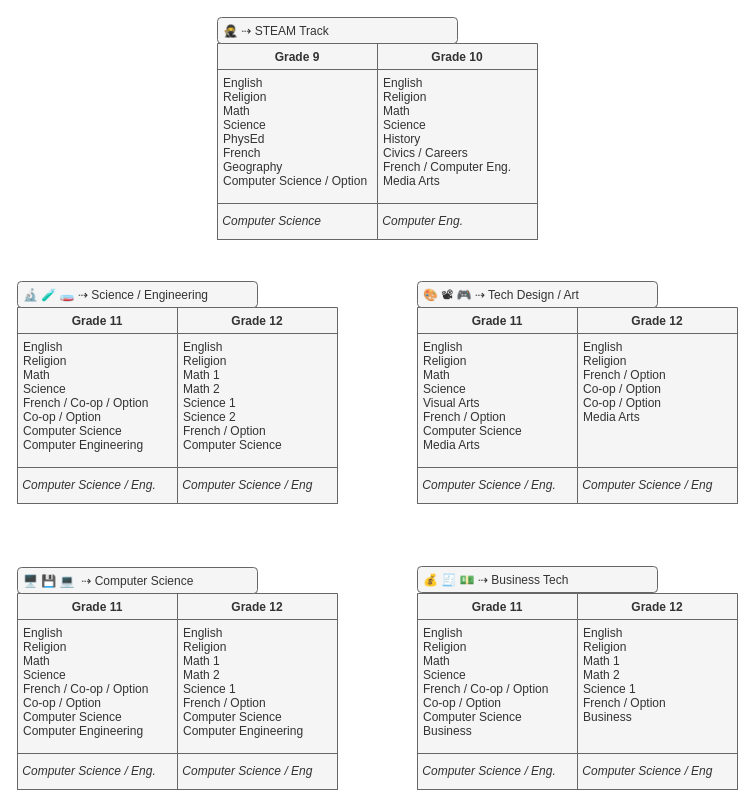
Earlier version of the draw.io diagram STEAM.drawio (Mr-Coxall/STEAM). Source tidied: cells renumbered, new cells numbered last; positions are measured from the earlier drawing's top-left corner, leaving out a move shared by most shapes. Both pictures are drawn from the tidied source at 100%, with x=0, y=0 at pixel (17, 17).
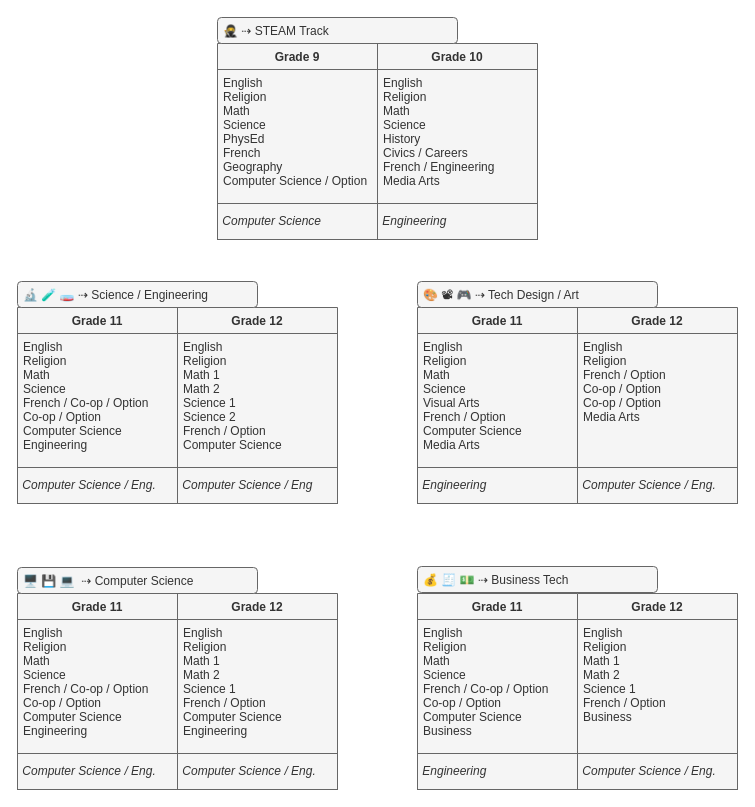
The same diagram, later.

Commit message (it also covers changes not shown here):
naming convention update

The change refers to these unchanged cells:
```xml
<mxCell id="4" value="Grade 11" style="swimlane;fontStyle=1;align=center;verticalAlign=top;horizontal=1;startSize=26;fillColor=#f5f5f5;fontColor=#333333;strokeColor=#666666;" parent="1" vertex="1">
  <mxGeometry y="290" width="160" height="160" as="geometry" />
</mxCell>
<mxCell id="18" value="Grade 11" style="swimlane;fontStyle=1;align=center;verticalAlign=top;horizontal=1;startSize=26;fillColor=#f5f5f5;fontColor=#333333;strokeColor=#666666;" parent="1" vertex="1">
  <mxGeometry y="576" width="160" height="160" as="geometry" />
</mxCell>
<mxCell id="20" value="Grade 12" style="swimlane;fontStyle=1;align=center;verticalAlign=top;horizontal=1;startSize=26;fillColor=#f5f5f5;fontColor=#333333;strokeColor=#666666;" parent="1" vertex="1">
  <mxGeometry x="160" y="576" width="160" height="160" as="geometry" />
</mxCell>
<mxCell id="30" value="Grade 10" style="swimlane;fontStyle=1;align=center;verticalAlign=top;horizontal=1;startSize=26;fillColor=#f5f5f5;fontColor=#333333;strokeColor=#666666;" parent="1" vertex="1">
  <mxGeometry x="360" y="26" width="160" height="160" as="geometry" />
</mxCell>
```

What changed in the source:
```diff
@@
-    <mxCell id="5" value="English&#10;Religion&#10;Math&#10;Science&#10;French / Co-op / Option&#10;Co-op / Option&#10;Computer Science&#10;Computer Engineering" style="text;fillColor=#f5f5f5;align=left;verticalAlign=top;spacingLeft=4;spacingRight=4;overflow=hidden;points=[[0,0.5],[1,0.5]];portConstraint=eastwest;fontColor=#333333;strokeColor=#666666;" parent="4" vertex="1">
+    <mxCell id="5" value="English&#10;Religion&#10;Math&#10;Science&#10;French / Co-op / Option&#10;Co-op / Option&#10;Computer Science&#10;Engineering" style="text;fillColor=#f5f5f5;align=left;verticalAlign=top;spacingLeft=4;spacingRight=4;overflow=hidden;points=[[0,0.5],[1,0.5]];portConstraint=eastwest;fontColor=#333333;strokeColor=#666666;" parent="4" vertex="1">
       <mxGeometry y="26" width="160" height="134" as="geometry" />
     </mxCell>
@@
-    <mxCell id="16" value="&lt;i&gt;&amp;nbsp;Computer Science / Eng.&lt;/i&gt;" style="html=1;align=left;fillColor=#f5f5f5;fontColor=#333333;strokeColor=#666666;" parent="1" vertex="1">
+    <mxCell id="16" value="&lt;i&gt;&amp;nbsp;Engineering&lt;/i&gt;" style="html=1;align=left;fillColor=#f5f5f5;fontColor=#333333;strokeColor=#666666;" parent="1" vertex="1">
       <mxGeometry x="400" y="450" width="160" height="36" as="geometry" />
     </mxCell>
-    <mxCell id="17" value="&lt;i&gt;&amp;nbsp;Computer Science / Eng&lt;/i&gt;" style="html=1;align=left;fillColor=#f5f5f5;fontColor=#333333;strokeColor=#666666;" parent="1" vertex="1">
+    <mxCell id="17" value="&lt;i&gt;&amp;nbsp;Computer Science / Eng.&lt;/i&gt;" style="html=1;align=left;fillColor=#f5f5f5;fontColor=#333333;strokeColor=#666666;" parent="1" vertex="1">
       <mxGeometry x="560" y="450" width="160" height="36" as="geometry" />
     </mxCell>
@@
-    <mxCell id="19" value="English&#10;Religion&#10;Math&#10;Science&#10;French / Co-op / Option&#10;Co-op / Option&#10;Computer Science&#10;Computer Engineering" style="text;strokeColor=#666666;fillColor=#f5f5f5;align=left;verticalAlign=top;spacingLeft=4;spacingRight=4;overflow=hidden;fontColor=#333333;" parent="18" vertex="1">
+    <mxCell id="19" value="English&#10;Religion&#10;Math&#10;Science&#10;French / Co-op / Option&#10;Co-op / Option&#10;Computer Science&#10;Engineering" style="text;strokeColor=#666666;fillColor=#f5f5f5;align=left;verticalAlign=top;spacingLeft=4;spacingRight=4;overflow=hidden;fontColor=#333333;" parent="18" vertex="1">
       <mxGeometry y="26" width="160" height="134" as="geometry" />
     </mxCell>
@@
-    <mxCell id="21" value="English&#10;Religion&#10;Math 1&#10;Math 2&#10;Science 1&#10;French / Option&#10;Computer Science&#10;Computer Engineering" style="text;strokeColor=#666666;fillColor=#f5f5f5;align=left;verticalAlign=top;spacingLeft=4;spacingRight=4;overflow=hidden;fontColor=#333333;" parent="20" vertex="1">
+    <mxCell id="21" value="English&#10;Religion&#10;Math 1&#10;Math 2&#10;Science 1&#10;French / Option&#10;Computer Science&#10;Engineering" style="text;strokeColor=#666666;fillColor=#f5f5f5;align=left;verticalAlign=top;spacingLeft=4;spacingRight=4;overflow=hidden;fontColor=#333333;" parent="20" vertex="1">
       <mxGeometry y="26" width="160" height="134" as="geometry" />
     </mxCell>
@@
-    <mxCell id="23" value="&lt;i&gt;&amp;nbsp;Computer Science / Eng&lt;/i&gt;" style="html=1;align=left;fillColor=#f5f5f5;fontColor=#333333;strokeColor=#666666;" parent="1" vertex="1">
+    <mxCell id="23" value="&lt;i&gt;&amp;nbsp;Computer Science / Eng.&lt;/i&gt;" style="html=1;align=left;fillColor=#f5f5f5;fontColor=#333333;strokeColor=#666666;" parent="1" vertex="1">
       <mxGeometry x="160" y="736" width="160" height="36" as="geometry" />
     </mxCell>
@@
-    <mxCell id="28" value="&lt;i&gt;&amp;nbsp;Computer Science / Eng.&lt;/i&gt;" style="html=1;align=left;fillColor=#f5f5f5;fontColor=#333333;strokeColor=#666666;" parent="1" vertex="1">
+    <mxCell id="28" value="&lt;i&gt;&amp;nbsp;Engineering&lt;/i&gt;" style="html=1;align=left;fillColor=#f5f5f5;fontColor=#333333;strokeColor=#666666;" parent="1" vertex="1">
       <mxGeometry x="400" y="736" width="160" height="36" as="geometry" />
     </mxCell>
-    <mxCell id="29" value="&lt;i&gt;&amp;nbsp;Computer Science / Eng&lt;/i&gt;" style="html=1;align=left;fillColor=#f5f5f5;fontColor=#333333;strokeColor=#666666;" parent="1" vertex="1">
+    <mxCell id="29" value="&lt;i&gt;&amp;nbsp;Computer Science / Eng.&lt;/i&gt;" style="html=1;align=left;fillColor=#f5f5f5;fontColor=#333333;strokeColor=#666666;" parent="1" vertex="1">
       <mxGeometry x="560" y="736" width="160" height="36" as="geometry" />
     </mxCell>
@@
-    <mxCell id="31" value="English&#10;Religion&#10;Math&#10;Science&#10;History&#10;Civics / Careers&#10;French / Computer Eng.&#10;Media Arts" style="text;strokeColor=#666666;fillColor=#f5f5f5;align=left;verticalAlign=top;spacingLeft=4;spacingRight=4;overflow=hidden;fontColor=#333333;" parent="30" vertex="1">
+    <mxCell id="31" value="English&#10;Religion&#10;Math&#10;Science&#10;History&#10;Civics / Careers&#10;French / Engineering&#10;Media Arts" style="text;strokeColor=#666666;fillColor=#f5f5f5;align=left;verticalAlign=top;spacingLeft=4;spacingRight=4;overflow=hidden;fontColor=#333333;" parent="30" vertex="1">
       <mxGeometry y="26" width="160" height="134" as="geometry" />
     </mxCell>
-    <mxCell id="32" value="&lt;i&gt;&amp;nbsp;Computer Eng.&lt;/i&gt;" style="html=1;align=left;fillColor=#f5f5f5;fontColor=#333333;strokeColor=#666666;" parent="1" vertex="1">
+    <mxCell id="32" value="&lt;i&gt;&amp;nbsp;Engineering&lt;/i&gt;" style="html=1;align=left;fillColor=#f5f5f5;fontColor=#333333;strokeColor=#666666;" parent="1" vertex="1">
       <mxGeometry x="360" y="186" width="160" height="36" as="geometry" />
     </mxCell>
```
